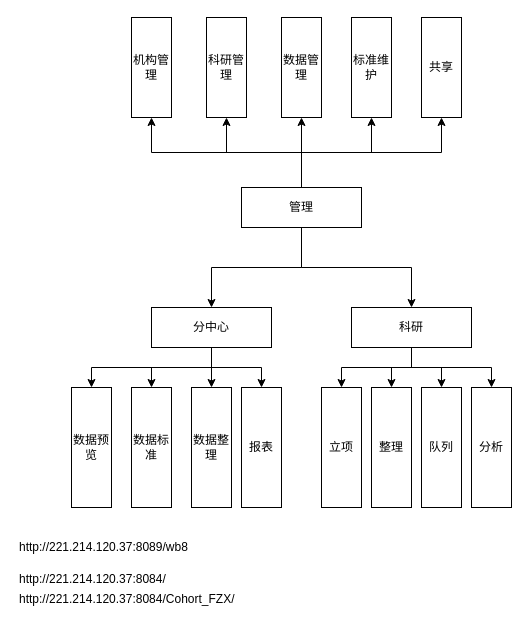
Earlier version of the draw.io diagram page "运行系统" (1 of 4) of 康评系统演示.drawio (wychytu/drawio). Source tidied: cells renumbered, new cells numbered last; positions are measured from the earlier drawing's top-left corner, leaving out a move shared by most shapes. Both pictures are drawn from the tidied source at 100%, with x=0, y=0 at pixel (17, 17).
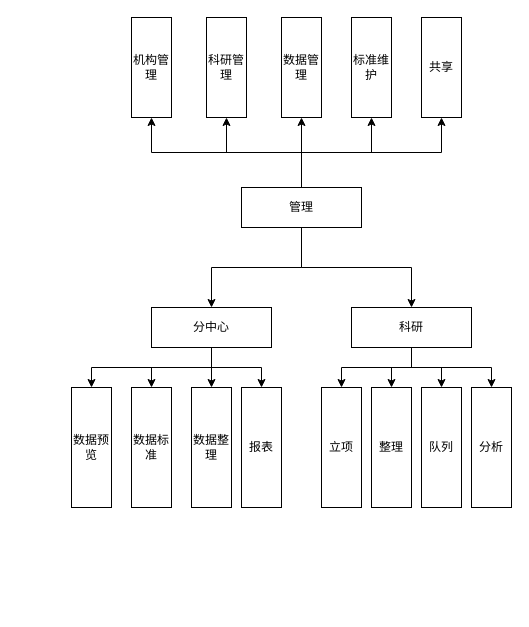
The same page after the edit.

The edit, as a diff of the source:
```diff
@@
-    <mxCell id="20" value="http://221.214.120.37:8089/wb8" style="text;html=1;align=left;verticalAlign=top;spacingTop=-4;" parent="1" vertex="1">
-      <mxGeometry y="520" width="190" height="20" as="geometry" />
-    </mxCell>
-    <mxCell id="21" value="http://221.214.120.37:8084/Cohort_FZX/" style="text;html=1;align=left;verticalAlign=top;spacingTop=-4;" parent="1" vertex="1">
-      <mxGeometry y="572" width="230" height="20" as="geometry" />
-    </mxCell>
-    <mxCell id="22" value="http://221.214.120.37:8084/" style="text;html=1;align=left;verticalAlign=top;spacingTop=-4;" parent="1" vertex="1">
-      <mxGeometry y="552" width="160" height="20" as="geometry" />
-    </mxCell>
```
